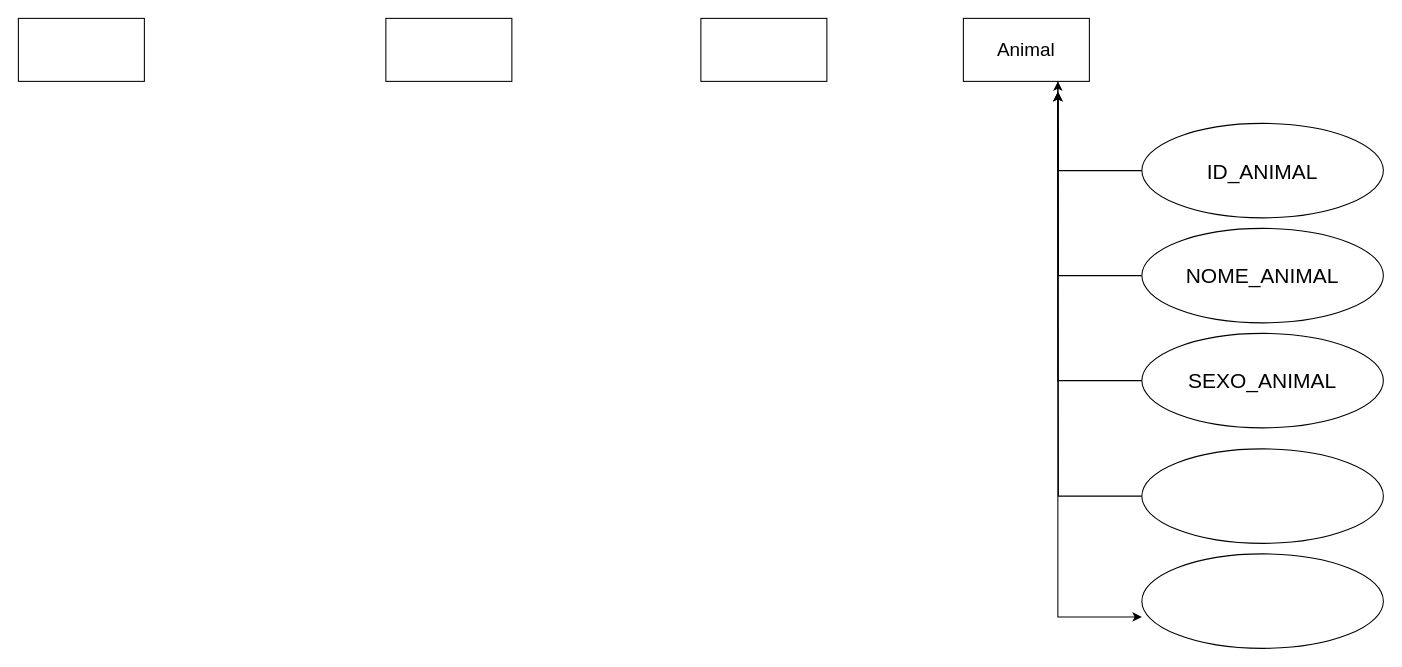
Before: ENIAC-Portifolio.drawio in KaH3050/projeto-faculdade, a draw.io diagram. Source tidied: cells renumbered, new cells numbered last; positions are measured from the earlier drawing's top-left corner, leaving out a move shared by most shapes. Both pictures are drawn from the tidied source at 105%, with x=0, y=0 at pixel (18, 18).
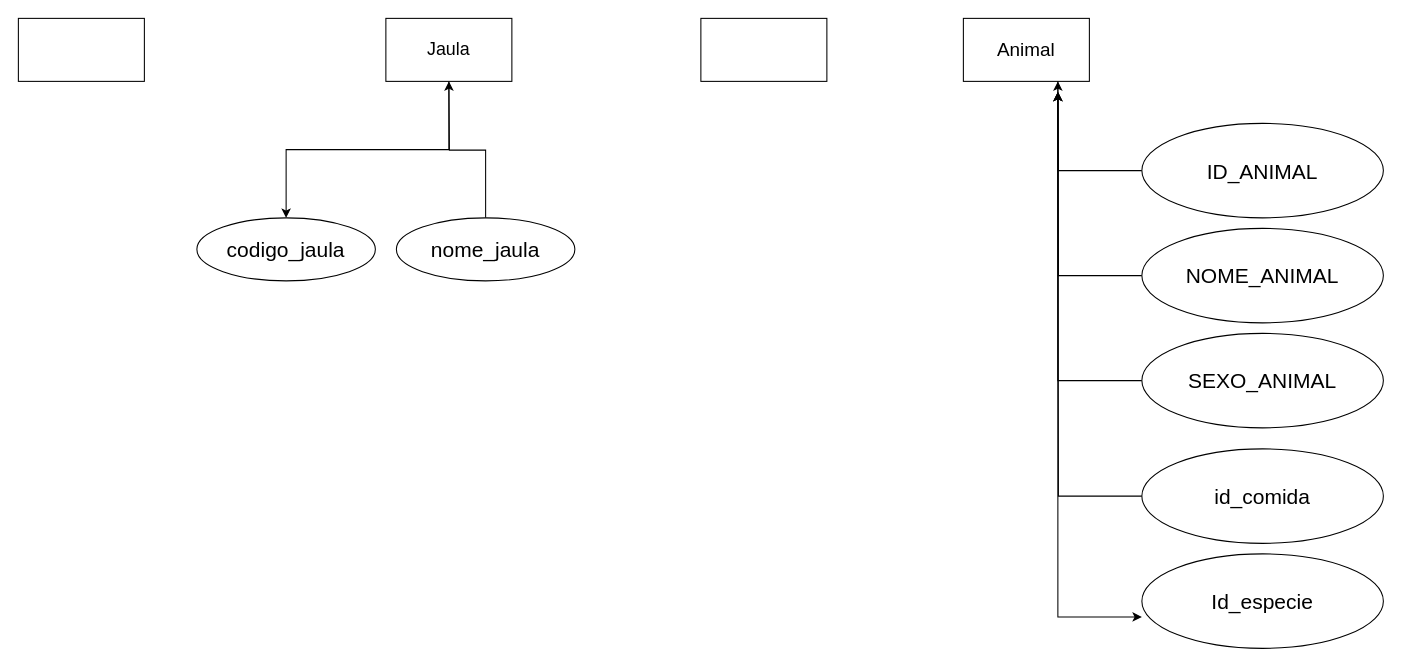
The same diagram, later.

Diff of the diagram source:
```diff
@@
+    <mxCell id="16" style="edgeStyle=orthogonalEdgeStyle;rounded=0;jettySize=auto;html=1;exitX=0.5;exitY=1;exitDx=0;exitDy=0;" parent="1" edge="1" source="3" target="17">
+      <mxGeometry relative="1" as="geometry" />
+    </mxCell>
-    <mxCell id="3" style="whiteSpace=wrap;html=1;" parent="1" vertex="1">
+    <mxCell id="3" value="&lt;span style=&quot;font-size: 17px;&quot;&gt;Jaula&lt;/span&gt;" style="whiteSpace=wrap;html=1;" parent="1" vertex="1">
       <mxGeometry x="350" width="120" height="60" as="geometry" />
     </mxCell>
@@
-    <mxCell id="13" style="ellipse;whiteSpace=wrap;html=1;" parent="1" vertex="1">
+    <mxCell id="13" value="&lt;font style=&quot;font-size: 20px;&quot;&gt;id_comida&lt;/font&gt;" style="ellipse;whiteSpace=wrap;html=1;" parent="1" vertex="1">
       <mxGeometry x="1070" y="410" width="230" height="90" as="geometry" />
     </mxCell>
-    <mxCell id="14" style="ellipse;whiteSpace=wrap;html=1;" parent="1" vertex="1">
+    <mxCell id="14" value="&lt;font style=&quot;font-size: 20px;&quot;&gt;Id_especie&lt;/font&gt;" style="ellipse;whiteSpace=wrap;html=1;" parent="1" vertex="1">
       <mxGeometry x="1070" y="510" width="230" height="90" as="geometry" />
     </mxCell>
@@
+    <mxCell id="17" value="&lt;font style=&quot;font-size: 20px;&quot;&gt;codigo_jaula&lt;/font&gt;" style="ellipse;whiteSpace=wrap;html=1;" parent="1" vertex="1">
+      <mxGeometry x="170" y="190" width="170" height="60" as="geometry" />
+    </mxCell>
+    <mxCell id="18" style="edgeStyle=orthogonalEdgeStyle;rounded=0;jettySize=auto;html=1;exitX=0.5;exitY=0;exitDx=0;exitDy=0;" parent="1" edge="1" source="19">
+      <mxGeometry relative="1" as="geometry">
+        <mxPoint x="410" y="60" as="targetPoint" />
+      </mxGeometry>
+    </mxCell>
+    <mxCell id="19" value="&lt;font style=&quot;font-size: 20px;&quot;&gt;nome_jaula&lt;/font&gt;" style="ellipse;whiteSpace=wrap;html=1;" parent="1" vertex="1">
+      <mxGeometry x="360" y="190" width="170" height="60" as="geometry" />
+    </mxCell>
```
